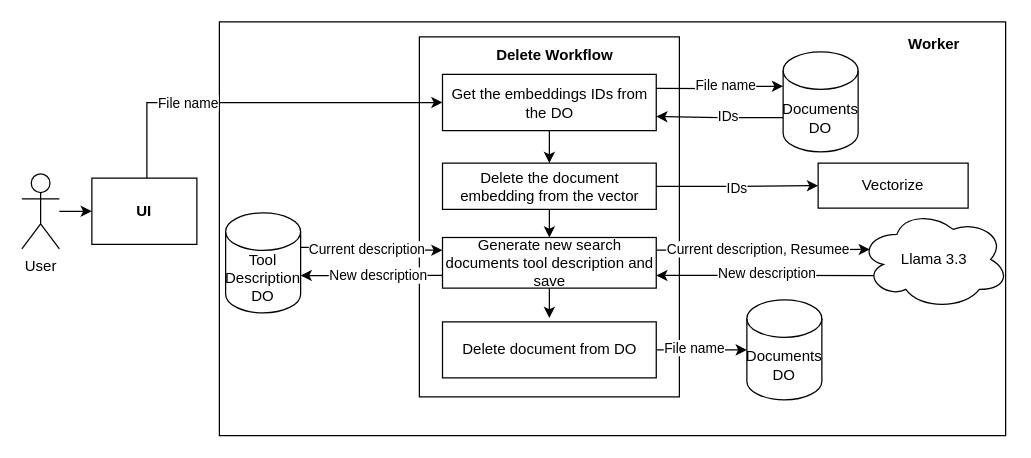
Earlier version of the draw.io diagram page "Delete" (3 of 3) of diagrams/diagrams.drawio (jaimerusso/cf_ai_tbot_lite). Source tidied: cells renumbered, new cells numbered last; positions are measured from the earlier drawing's top-left corner, leaving out a move shared by most shapes. Both pictures are drawn from the tidied source at 125%, with x=0, y=0 at pixel (21, 21).
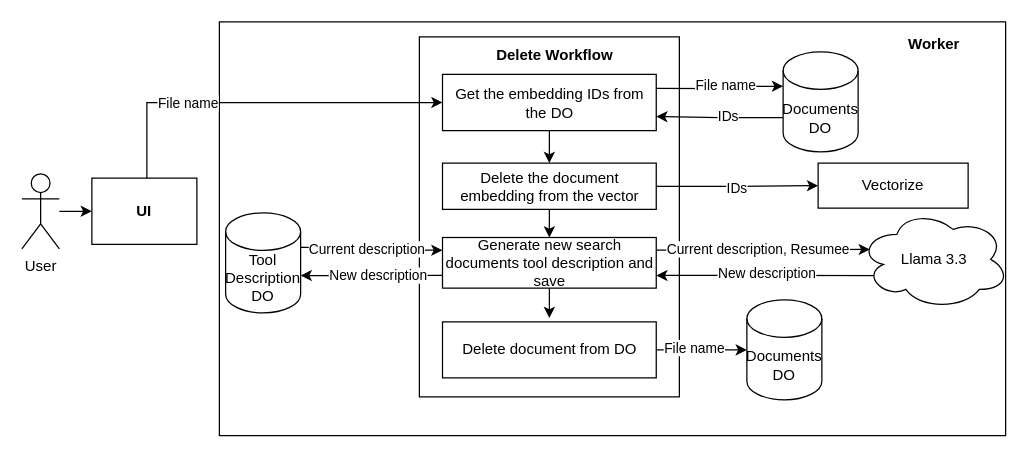
After the change.

Diff of the diagram source:
```diff
@@
-    <mxCell id="12" value="Get the embeddings IDs from the DO" style="rounded=0;whiteSpace=wrap;html=1;" parent="1" vertex="1">
+    <mxCell id="12" value="Get the embedding IDs from the DO" style="rounded=0;whiteSpace=wrap;html=1;" parent="1" vertex="1">
       <mxGeometry x="336.5" y="42" width="171" height="45" as="geometry" />
     </mxCell>
```
